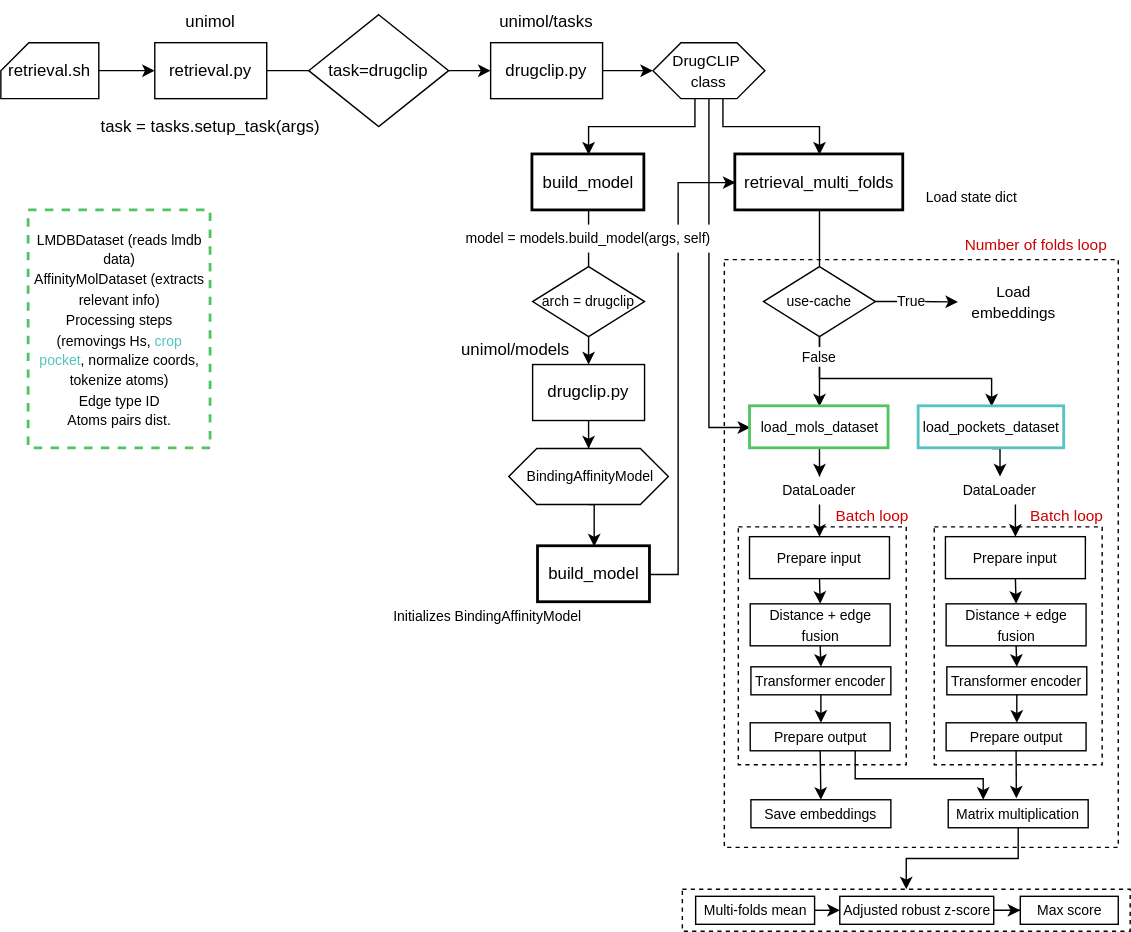
Earlier version of the draw.io export docs/pipeline.svg (m-baralt/Drug-The-Whole-Genome). Source tidied: cells renumbered, new cells last; positions are measured from the earlier drawing's top-left corner, leaving out a move shared by most shapes.
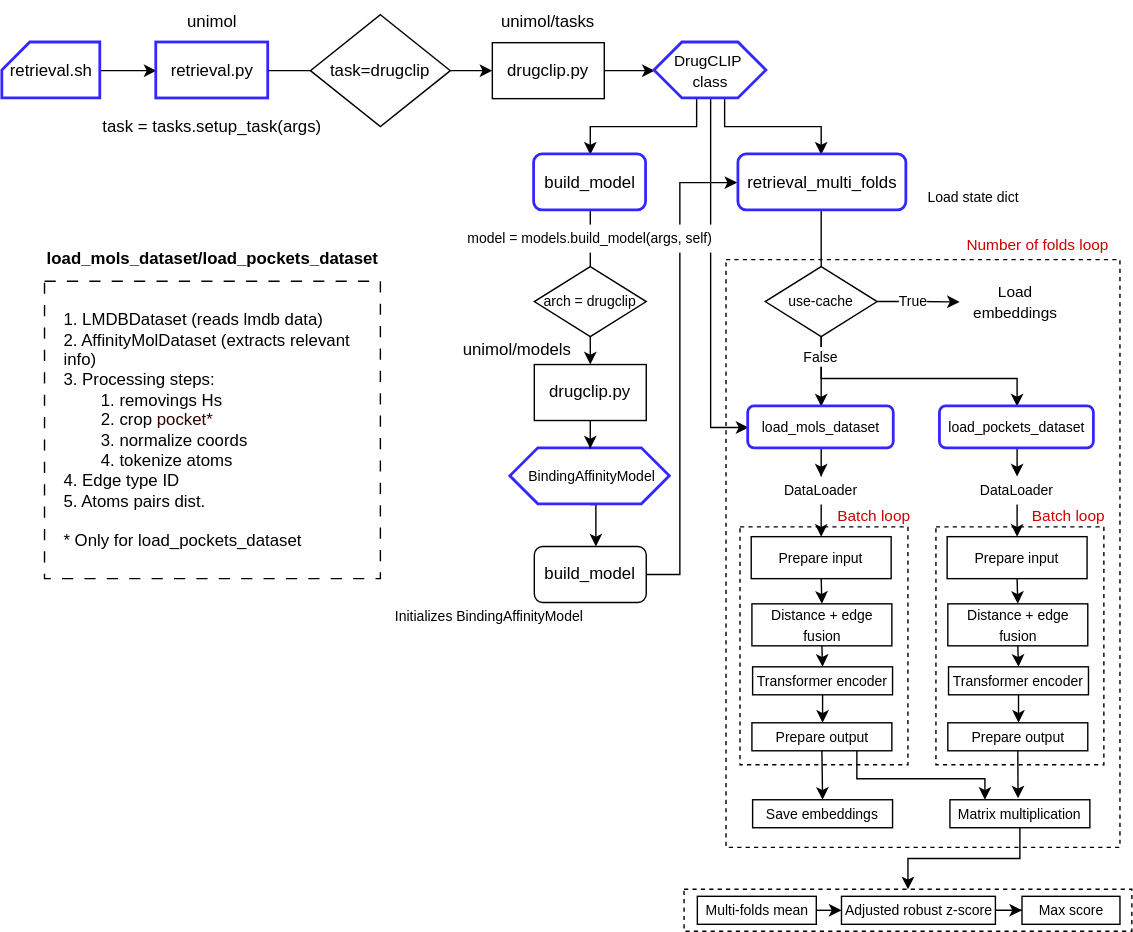
Above is the later version.

Change to the diagram source:
```diff
@@ -2,20 +2,24 @@
   <root>
     <mxCell id="0" />
     <mxCell id="1" parent="0" />
+    <mxCell id="70" style="rounded=0;whiteSpace=wrap;html=1;fillColor=none;dashed=1;" parent="1" vertex="1">
+      <mxGeometry x="517" y="185" width="281.5" height="420" as="geometry" />
+    </mxCell>
     <mxCell id="2" style="edgeStyle=orthogonalEdgeStyle;rounded=0;jettySize=auto;html=1;exitX=1;exitY=0.5;exitDx=0;exitDy=0;exitPerimeter=0;entryX=0;entryY=0.5;entryDx=0;entryDy=0;" parent="1" edge="1" source="3" target="4">
       <mxGeometry relative="1" as="geometry" />
     </mxCell>
-    <mxCell id="3" value="retrieval.sh" style="shape=card;whiteSpace=wrap;html=1;size=20;" parent="1" vertex="1">
+    <mxCell id="3" value="retrieval.sh" style="shape=card;whiteSpace=wrap;html=1;size=20;strokeColor=#3426FF;strokeWidth=2;" parent="1" vertex="1">
       <mxGeometry y="30" width="70" height="40" as="geometry" />
     </mxCell>
-    <mxCell id="4" value="retrieval.py" style="rounded=0;whiteSpace=wrap;html=1;" parent="1" vertex="1">
+    <mxCell id="4" value="retrieval.py" style="rounded=0;whiteSpace=wrap;html=1;strokeColor=#3426FF;strokeWidth=2;" parent="1" vertex="1">
       <mxGeometry x="110" y="30" width="80" height="40" as="geometry" />
     </mxCell>
     <mxCell id="5" value="unimol" style="text;html=1;whiteSpace=wrap;strokeColor=none;fillColor=none;align=center;verticalAlign=middle;rounded=0;" parent="1" vertex="1">
       <mxGeometry x="110" width="80" height="30" as="geometry" />
     </mxCell>
-    <mxCell id="6" style="edgeStyle=orthogonalEdgeStyle;rounded=0;jettySize=auto;html=1;exitX=1;exitY=0.5;exitDx=0;exitDy=0;entryX=0;entryY=0.5;entryDx=0;entryDy=0;" parent="1" edge="1" source="28" target="20">
+    <mxCell id="6" style="edgeStyle=orthogonalEdgeStyle;rounded=0;jettySize=auto;html=1;exitX=1;exitY=0.5;exitDx=0;exitDy=0;entryX=0;entryY=0.5;entryDx=0;entryDy=0;" parent="1" edge="1" source="82">
       <mxGeometry relative="1" as="geometry">
+        <mxPoint x="525" y="130" as="targetPoint" />
         <Array as="points">
           <mxPoint x="484" y="410" />
           <mxPoint x="484" y="130" />
@@ -43,29 +47,28 @@
     <mxCell id="13" value="unimol/tasks" style="text;html=1;whiteSpace=wrap;strokeColor=none;fillColor=none;align=center;verticalAlign=middle;rounded=0;" parent="1" vertex="1">
       <mxGeometry x="350" width="80" height="30" as="geometry" />
     </mxCell>
-    <mxCell id="14" style="edgeStyle=orthogonalEdgeStyle;rounded=0;jettySize=auto;html=1;exitX=0.375;exitY=1;exitDx=0;exitDy=0;entryX=0.5;entryY=0;entryDx=0;entryDy=0;" parent="1" edge="1" source="17" target="19">
-      <mxGeometry relative="1" as="geometry" />
+    <mxCell id="14" style="edgeStyle=orthogonalEdgeStyle;rounded=0;jettySize=auto;html=1;exitX=0.375;exitY=1;exitDx=0;exitDy=0;entryX=0.5;entryY=0;entryDx=0;entryDy=0;" parent="1" edge="1" source="17">
+      <mxGeometry relative="1" as="geometry">
+        <mxPoint x="420" y="110" as="targetPoint" />
+      </mxGeometry>
     </mxCell>
-    <mxCell id="15" style="edgeStyle=orthogonalEdgeStyle;rounded=0;jettySize=auto;html=1;exitX=0.625;exitY=1;exitDx=0;exitDy=0;" parent="1" edge="1" source="17" target="20">
-      <mxGeometry relative="1" as="geometry" />
+    <mxCell id="15" style="edgeStyle=orthogonalEdgeStyle;rounded=0;jettySize=auto;html=1;exitX=0.625;exitY=1;exitDx=0;exitDy=0;" parent="1" edge="1" source="17">
+      <mxGeometry relative="1" as="geometry">
+        <mxPoint x="585" y="110" as="targetPoint" />
+      </mxGeometry>
     </mxCell>
     <mxCell id="16" style="edgeStyle=orthogonalEdgeStyle;rounded=0;jettySize=auto;html=1;exitX=0.5;exitY=1;exitDx=0;exitDy=0;entryX=0;entryY=0.5;entryDx=0;entryDy=0;" parent="1" edge="1" source="17" target="40">
       <mxGeometry relative="1" as="geometry" />
     </mxCell>
-    <mxCell id="17" value="&lt;font style=&quot;font-size: 11px;&quot;&gt;DrugCLIP&amp;nbsp;&lt;/font&gt;&lt;div&gt;&lt;font style=&quot;font-size: 11px;&quot;&gt;class&lt;/font&gt;&lt;/div&gt;" style="shape=hexagon;perimeter=hexagonPerimeter2;whiteSpace=wrap;html=1;fixedSize=1;" parent="1" vertex="1">
+    <mxCell id="17" value="&lt;font style=&quot;font-size: 11px;&quot;&gt;DrugCLIP&amp;nbsp;&lt;/font&gt;&lt;div&gt;&lt;font style=&quot;font-size: 11px;&quot;&gt;class&lt;/font&gt;&lt;/div&gt;" style="shape=hexagon;perimeter=hexagonPerimeter2;whiteSpace=wrap;html=1;fixedSize=1;strokeColor=#3426FF;strokeWidth=2;" parent="1" vertex="1">
       <mxGeometry x="466" y="30" width="80" height="40" as="geometry" />
     </mxCell>
-    <mxCell id="18" style="edgeStyle=orthogonalEdgeStyle;rounded=0;jettySize=auto;html=1;exitX=0.5;exitY=1;exitDx=0;exitDy=0;" parent="1" edge="1" source="19">
+    <mxCell id="18" style="edgeStyle=orthogonalEdgeStyle;rounded=0;orthogonalLoop=1;jettySize=auto;html=1;exitX=0.5;exitY=1;exitDx=0;exitDy=0;" parent="1" edge="1">
       <mxGeometry relative="1" as="geometry">
+        <mxPoint x="420" y="150" as="sourcePoint" />
         <mxPoint x="420" y="260" as="targetPoint" />
       </mxGeometry>
     </mxCell>
-    <mxCell id="19" value="build_model" style="rounded=0;whiteSpace=wrap;html=1;strokeWidth=2;" parent="1" vertex="1">
-      <mxGeometry x="380" y="110" width="80" height="40" as="geometry" />
-    </mxCell>
-    <mxCell id="20" value="retrieval_multi_folds" style="rounded=0;whiteSpace=wrap;html=1;strokeWidth=2;" parent="1" vertex="1">
-      <mxGeometry x="525" y="110" width="120" height="40" as="geometry" />
-    </mxCell>
     <mxCell id="21" value="&lt;font style=&quot;font-size: 10px;&quot;&gt;&lt;br&gt;&lt;/font&gt;&lt;div&gt;&lt;font style=&quot;font-size: 10px;&quot;&gt;model =&amp;nbsp;&lt;span style=&quot;background-color: transparent;&quot;&gt;models.build_model(args, self)&lt;/span&gt;&lt;/font&gt;&lt;/div&gt;&lt;div&gt;&lt;span style=&quot;background-color: transparent; color: light-dark(rgb(0, 0, 0), rgb(255, 255, 255));&quot;&gt;&lt;br&gt;&lt;/span&gt;&lt;/div&gt;" style="text;html=1;whiteSpace=wrap;align=center;verticalAlign=middle;rounded=0;fillColor=#FFFFFF;" parent="1" vertex="1">
       <mxGeometry x="328" y="160" width="184" height="20" as="geometry" />
     </mxCell>
@@ -75,10 +78,12 @@
     <mxCell id="23" value="unimol/models" style="text;html=1;whiteSpace=wrap;strokeColor=none;fillColor=none;align=center;verticalAlign=middle;rounded=0;" parent="1" vertex="1">
       <mxGeometry x="328" y="240" width="80" height="20" as="geometry" />
     </mxCell>
-    <mxCell id="24" style="edgeStyle=orthogonalEdgeStyle;rounded=0;jettySize=auto;html=1;exitX=0.5;exitY=1;exitDx=0;exitDy=0;entryX=0.5;entryY=0;entryDx=0;entryDy=0;" parent="1" edge="1" source="25" target="28">
-      <mxGeometry relative="1" as="geometry" />
+    <mxCell id="24" style="edgeStyle=orthogonalEdgeStyle;rounded=0;jettySize=auto;html=1;exitX=0.5;exitY=1;exitDx=0;exitDy=0;entryX=0.5;entryY=0;entryDx=0;entryDy=0;" parent="1" edge="1" source="25">
+      <mxGeometry relative="1" as="geometry">
+        <mxPoint x="424" y="390" as="targetPoint" />
+      </mxGeometry>
     </mxCell>
-    <mxCell id="25" value="&lt;font style=&quot;font-size: 10px;&quot;&gt;&amp;nbsp;BindingAffinityModel&lt;/font&gt;" style="shape=hexagon;perimeter=hexagonPerimeter2;whiteSpace=wrap;html=1;fixedSize=1;" parent="1" vertex="1">
+    <mxCell id="25" value="&lt;font style=&quot;font-size: 10px;&quot;&gt;&amp;nbsp;BindingAffinityModel&lt;/font&gt;" style="shape=hexagon;perimeter=hexagonPerimeter2;whiteSpace=wrap;html=1;fixedSize=1;strokeColor=#3426FF;strokeWidth=2;" parent="1" vertex="1">
       <mxGeometry x="363" y="320" width="114" height="40" as="geometry" />
     </mxCell>
     <mxCell id="26" style="edgeStyle=orthogonalEdgeStyle;rounded=0;jettySize=auto;html=1;exitX=0.5;exitY=1;exitDx=0;exitDy=0;" parent="1" edge="1" source="27" target="25">
@@ -87,9 +92,6 @@
     <mxCell id="27" value="drugclip.py" style="rounded=0;whiteSpace=wrap;html=1;" parent="1" vertex="1">
       <mxGeometry x="380" y="260" width="80" height="40" as="geometry" />
     </mxCell>
-    <mxCell id="28" value="build_model" style="rounded=0;whiteSpace=wrap;html=1;strokeWidth=2;" parent="1" vertex="1">
-      <mxGeometry x="384" y="390" width="80" height="40" as="geometry" />
-    </mxCell>
     <mxCell id="29" value="&lt;font style=&quot;font-size: 10px;&quot;&gt;Initializes BindingAffinityModel&lt;/font&gt;" style="text;html=1;whiteSpace=wrap;strokeColor=none;fillColor=none;align=center;verticalAlign=middle;rounded=0;" parent="1" vertex="1">
       <mxGeometry x="278" y="430" width="140" height="20" as="geometry" />
     </mxCell>
@@ -117,30 +119,29 @@
       <mxGeometry relative="1" as="geometry">
         <Array as="points">
           <mxPoint x="585" y="270" />
-          <mxPoint x="708" y="270" />
+          <mxPoint x="725" y="270" />
         </Array>
       </mxGeometry>
     </mxCell>
     <mxCell id="37" value="&lt;span style=&quot;background-color: rgb(255, 255, 255);&quot;&gt;&lt;font style=&quot;font-size: 10px;&quot;&gt;False&lt;/font&gt;&lt;/span&gt;" style="text;html=1;whiteSpace=wrap;strokeColor=none;fillColor=none;align=center;verticalAlign=middle;rounded=0;" parent="1" vertex="1">
       <mxGeometry x="555" y="240" width="60" height="30" as="geometry" />
     </mxCell>
-    <mxCell id="38" style="endArrow=none;html=1;rounded=0;entryX=0.5;entryY=1;entryDx=0;entryDy=0;exitX=0.5;exitY=0;exitDx=0;exitDy=0;" parent="1" edge="1" source="33" target="20">
-      <mxGeometry relative="1" as="geometry" />
+    <mxCell id="38" style="endArrow=none;html=1;rounded=0;entryX=0.5;entryY=1;entryDx=0;entryDy=0;exitX=0.5;exitY=0;exitDx=0;exitDy=0;" parent="1" edge="1" source="33">
+      <mxGeometry relative="1" as="geometry">
+        <mxPoint x="585" y="150" as="targetPoint" />
+      </mxGeometry>
     </mxCell>
     <mxCell id="39" style="edgeStyle=orthogonalEdgeStyle;rounded=0;jettySize=auto;html=1;exitX=0.5;exitY=1;exitDx=0;exitDy=0;" parent="1" edge="1" source="40" target="42">
       <mxGeometry relative="1" as="geometry" />
     </mxCell>
-    <mxCell id="40" value="&lt;font style=&quot;font-size: 10px;&quot;&gt;load_mols_dataset&lt;/font&gt;" style="rounded=0;whiteSpace=wrap;html=1;strokeWidth=2;strokeColor=light-dark(#50C363,#EDEDED);" parent="1" vertex="1">
-      <mxGeometry x="535.5" y="290" width="99" height="30" as="geometry" />
-    </mxCell>
     <mxCell id="41" style="edgeStyle=orthogonalEdgeStyle;rounded=0;jettySize=auto;html=1;exitX=0.5;exitY=1;exitDx=0;exitDy=0;entryX=0.5;entryY=0;entryDx=0;entryDy=0;" parent="1" edge="1" source="42" target="46">
       <mxGeometry relative="1" as="geometry" />
     </mxCell>
     <mxCell id="42" value="&lt;font style=&quot;font-size: 10px;&quot;&gt;DataLoader&lt;/font&gt;" style="text;html=1;whiteSpace=wrap;strokeColor=none;fillColor=none;align=center;verticalAlign=middle;rounded=0;" parent="1" vertex="1">
       <mxGeometry x="545" y="340" width="80" height="20" as="geometry" />
     </mxCell>
-    <mxCell id="43" value="&lt;font style=&quot;font-size: 10px;&quot;&gt;LMDBDataset (reads lmdb data)&lt;/font&gt;&lt;div&gt;&lt;font style=&quot;font-size: 10px;&quot;&gt;AffinityMolDataset (extracts relevant info)&lt;/font&gt;&lt;/div&gt;&lt;div&gt;&lt;font style=&quot;font-size: 10px;&quot;&gt;Processing steps (removings Hs,&amp;nbsp;&lt;/font&gt;&lt;span style=&quot;font-size: 10px; background-color: transparent;&quot;&gt;&lt;font style=&quot;color: light-dark(rgb(83, 195, 195), rgb(255, 255, 255));&quot;&gt;crop pocket&lt;/font&gt;&lt;/span&gt;&lt;span style=&quot;font-size: 10px; background-color: transparent; color: light-dark(rgb(0, 0, 0), rgb(255, 255, 255));&quot;&gt;,&amp;nbsp;&lt;/span&gt;&lt;span style=&quot;font-size: 10px; background-color: transparent; color: light-dark(rgb(0, 0, 0), rgb(255, 255, 255));&quot;&gt;normalize coords, tokenize atoms)&lt;/span&gt;&lt;/div&gt;&lt;div&gt;&lt;font style=&quot;font-size: 10px;&quot;&gt;Edge type ID&lt;/font&gt;&lt;/div&gt;&lt;div&gt;&lt;font style=&quot;font-size: 10px;&quot;&gt;Atoms pairs dist.&lt;/font&gt;&lt;/div&gt;" style="rounded=0;whiteSpace=wrap;html=1;dashed=1;strokeColor=light-dark(#50c363, #ededed);perimeterSpacing=0;strokeWidth=2;" parent="1" vertex="1">
-      <mxGeometry x="20" y="150" width="130" height="170" as="geometry" />
+    <mxCell id="43" value="&lt;font style=&quot;color: light-dark(rgb(0, 0, 0), rgb(255, 255, 255));&quot;&gt;1. LMDBDataset (reads lmdb data)&lt;/font&gt;&lt;div&gt;&lt;font style=&quot;color: light-dark(rgb(0, 0, 0), rgb(255, 255, 255));&quot;&gt;2. AffinityMolDataset (extracts relevant info)&lt;/font&gt;&lt;/div&gt;&lt;div&gt;&lt;font style=&quot;color: light-dark(rgb(0, 0, 0), rgb(255, 255, 255));&quot;&gt;3. Processing steps:&lt;/font&gt;&lt;/div&gt;&lt;div&gt;&lt;font style=&quot;color: light-dark(rgb(0, 0, 0), rgb(255, 255, 255));&quot;&gt;&lt;span style=&quot;white-space: pre;&quot;&gt;&#9;&lt;/span&gt;1. removings Hs&lt;/font&gt;&lt;/div&gt;&lt;div&gt;&lt;span style=&quot;background-color: transparent;&quot;&gt;&lt;font style=&quot;color: light-dark(rgb(0, 0, 0), rgb(255, 255, 255));&quot;&gt;&lt;font style=&quot;&quot;&gt;&lt;span style=&quot;white-space: pre;&quot;&gt;&#9;&lt;/span&gt;2. crop &lt;/font&gt;&lt;font style=&quot;color: light-dark(rgb(51, 0, 0), rgb(255, 255, 255));&quot;&gt;pocket*&lt;/font&gt;&lt;/font&gt;&lt;/span&gt;&lt;/div&gt;&lt;div&gt;&lt;span style=&quot;background-color: transparent;&quot;&gt;&lt;font style=&quot;color: light-dark(rgb(0, 0, 0), rgb(255, 255, 255));&quot;&gt;&lt;span style=&quot;white-space: pre;&quot;&gt;&#9;&lt;/span&gt;3. normalize coords&lt;/font&gt;&lt;/span&gt;&lt;/div&gt;&lt;div&gt;&lt;span style=&quot;background-color: transparent;&quot;&gt;&lt;font style=&quot;color: light-dark(rgb(0, 0, 0), rgb(255, 255, 255));&quot;&gt;&lt;span style=&quot;white-space: pre;&quot;&gt;&#9;&lt;/span&gt;4. tokenize atoms&lt;/font&gt;&lt;/span&gt;&lt;/div&gt;&lt;div&gt;&lt;font style=&quot;color: light-dark(rgb(0, 0, 0), rgb(255, 255, 255));&quot;&gt;4. Edge type ID&lt;/font&gt;&lt;/div&gt;&lt;div&gt;&lt;font style=&quot;color: light-dark(rgb(0, 0, 0), rgb(255, 255, 255));&quot;&gt;5. Atoms pairs dist.&lt;/font&gt;&lt;/div&gt;&lt;div&gt;&lt;font style=&quot;color: light-dark(rgb(0, 0, 0), rgb(255, 255, 255));&quot;&gt;&lt;br&gt;&lt;/font&gt;&lt;/div&gt;&lt;div&gt;&lt;font style=&quot;color: light-dark(rgb(0, 0, 0), rgb(255, 255, 255));&quot;&gt;* Only for load_pockets_dataset&lt;/font&gt;&lt;/div&gt;" style="rounded=0;whiteSpace=wrap;html=1;dashed=1;strokeColor=light-dark(#000000,#EDEDED);perimeterSpacing=0;strokeWidth=1;align=left;spacingRight=12;spacingTop=12;spacingBottom=12;spacingLeft=12;dashPattern=8 8;" parent="1" vertex="1">
+      <mxGeometry x="30" y="200.5" width="240" height="212.5" as="geometry" />
     </mxCell>
     <mxCell id="44" style="rounded=0;whiteSpace=wrap;html=1;fillColor=none;dashed=1;" parent="1" vertex="1">
       <mxGeometry x="527" y="376" width="120" height="170" as="geometry" />
@@ -183,14 +184,8 @@
     <mxCell id="55" value="&lt;span style=&quot;font-size: 10px;&quot;&gt;Save embeddings&lt;/span&gt;" style="rounded=0;whiteSpace=wrap;html=1;" parent="1" vertex="1">
       <mxGeometry x="536" y="571" width="100" height="20" as="geometry" />
     </mxCell>
-    <mxCell id="56" style="edgeStyle=orthogonalEdgeStyle;rounded=0;jettySize=auto;html=1;exitX=0.5;exitY=1;exitDx=0;exitDy=0;entryX=0.5;entryY=0;entryDx=0;entryDy=0;" parent="1" edge="1" source="57" target="58">
-      <mxGeometry relative="1" as="geometry" />
-    </mxCell>
-    <mxCell id="57" value="&lt;font style=&quot;font-size: 10px;&quot;&gt;load_pockets_dataset&lt;/font&gt;" style="rounded=0;whiteSpace=wrap;html=1;strokeWidth=2;strokeColor=light-dark(#53C3C3,#EDEDED);" parent="1" vertex="1">
-      <mxGeometry x="656" y="290" width="104" height="30" as="geometry" />
-    </mxCell>
     <mxCell id="58" value="&lt;font style=&quot;font-size: 10px;&quot;&gt;DataLoader&lt;/font&gt;" style="text;html=1;whiteSpace=wrap;strokeColor=none;fillColor=none;align=center;verticalAlign=middle;rounded=0;" parent="1" vertex="1">
-      <mxGeometry x="674" y="340" width="80" height="20" as="geometry" />
+      <mxGeometry x="685" y="340" width="80" height="20" as="geometry" />
     </mxCell>
     <mxCell id="59" style="edgeStyle=orthogonalEdgeStyle;rounded=0;jettySize=auto;html=1;exitX=0.5;exitY=1;exitDx=0;exitDy=0;entryX=0.5;entryY=0;entryDx=0;entryDy=0;" parent="1" edge="1" target="62">
       <mxGeometry relative="1" as="geometry">
@@ -229,9 +224,6 @@
     <mxCell id="69" value="&lt;font style=&quot;font-size: 11px; color: rgb(204, 0, 0);&quot;&gt;Batch loop&lt;/font&gt;" style="text;html=1;whiteSpace=wrap;strokeColor=none;fillColor=none;align=center;verticalAlign=middle;rounded=0;" parent="1" vertex="1">
       <mxGeometry x="732" y="353" width="60" height="30" as="geometry" />
     </mxCell>
-    <mxCell id="70" style="rounded=0;whiteSpace=wrap;html=1;fillColor=none;dashed=1;" parent="1" vertex="1">
-      <mxGeometry x="517" y="185" width="281.5" height="420" as="geometry" />
-    </mxCell>
     <mxCell id="71" value="&lt;font style=&quot;font-size: 11px; color: rgb(204, 0, 0);&quot;&gt;Number of folds loop&lt;/font&gt;" style="text;html=1;whiteSpace=wrap;strokeColor=none;fillColor=none;align=center;verticalAlign=middle;rounded=0;" parent="1" vertex="1">
       <mxGeometry x="680.5" y="165" width="118" height="20" as="geometry" />
     </mxCell>
@@ -259,5 +251,29 @@
     <mxCell id="79" style="rounded=0;whiteSpace=wrap;html=1;fillColor=none;dashed=1;" parent="1" vertex="1">
       <mxGeometry x="487" y="635" width="320" height="30" as="geometry" />
     </mxCell>
+    <mxCell id="80" value="build_model" style="rounded=1;whiteSpace=wrap;html=1;strokeColor=#3426FF;strokeWidth=2;" parent="1" vertex="1">
+      <mxGeometry x="380" y="110" width="80" height="40" as="geometry" />
+    </mxCell>
+    <mxCell id="81" style="edgeStyle=orthogonalEdgeStyle;rounded=0;orthogonalLoop=1;jettySize=auto;html=1;exitX=0.5;exitY=1;exitDx=0;exitDy=0;" parent="1" edge="1" source="80" target="80">
+      <mxGeometry relative="1" as="geometry" />
+    </mxCell>
+    <mxCell id="20" value="retrieval_multi_folds" style="rounded=1;whiteSpace=wrap;html=1;strokeColor=#3426FF;strokeWidth=2;" parent="1" vertex="1">
+      <mxGeometry x="526" y="110" width="120" height="40" as="geometry" />
+    </mxCell>
+    <mxCell id="82" value="build_model" style="rounded=1;whiteSpace=wrap;html=1;" parent="1" vertex="1">
+      <mxGeometry x="380" y="390" width="80" height="40" as="geometry" />
+    </mxCell>
+    <mxCell id="40" value="&lt;span style=&quot;font-size: 10px;&quot;&gt;load_mols_dataset&lt;/span&gt;" style="rounded=1;whiteSpace=wrap;html=1;strokeColor=#3426FF;strokeWidth=2;" parent="1" vertex="1">
+      <mxGeometry x="533" y="290" width="104" height="30" as="geometry" />
+    </mxCell>
+    <mxCell id="56" style="edgeStyle=orthogonalEdgeStyle;rounded=0;jettySize=auto;html=1;exitX=0.5;exitY=1;exitDx=0;exitDy=0;entryX=0.5;entryY=0;entryDx=0;entryDy=0;" parent="1" edge="1" source="57" target="58">
+      <mxGeometry relative="1" as="geometry" />
+    </mxCell>
+    <mxCell id="57" value="&lt;span style=&quot;font-size: 10px;&quot;&gt;load_pockets_dataset&lt;/span&gt;" style="rounded=1;whiteSpace=wrap;html=1;strokeColor=#3426FF;strokeWidth=2;" parent="1" vertex="1">
+      <mxGeometry x="670" y="290" width="110" height="30" as="geometry" />
+    </mxCell>
+    <mxCell id="83" value="&lt;font style=&quot;background-color: rgb(255, 255, 255);&quot;&gt;&lt;span&gt;&lt;span style=&quot;font-family: Helvetica; font-style: normal; font-variant-ligatures: normal; font-variant-caps: normal; letter-spacing: normal; orphans: 2; text-align: center; text-indent: 0px; text-transform: none; widows: 2; word-spacing: 0px; -webkit-text-stroke-width: 0px; white-space: normal; text-decoration-thickness: initial; text-decoration-style: initial; text-decoration-color: initial; float: none; display: inline !important;&quot;&gt;&lt;font style=&quot;&quot;&gt;load_mols_dataset/&lt;/font&gt;&lt;/span&gt;&lt;span style=&quot;text-align: center;&quot;&gt;&lt;font style=&quot;&quot;&gt;load_pockets_datase&lt;/font&gt;&lt;/span&gt;&lt;/span&gt;&lt;span style=&quot;text-align: center;&quot;&gt;t&lt;/span&gt;&lt;/font&gt;" style="text;whiteSpace=wrap;html=1;fontStyle=1;" parent="1" vertex="1">
+      <mxGeometry x="30" y="170.5" width="240" height="30" as="geometry" />
+    </mxCell>
   </root>
 </mxGraphModel>
```
